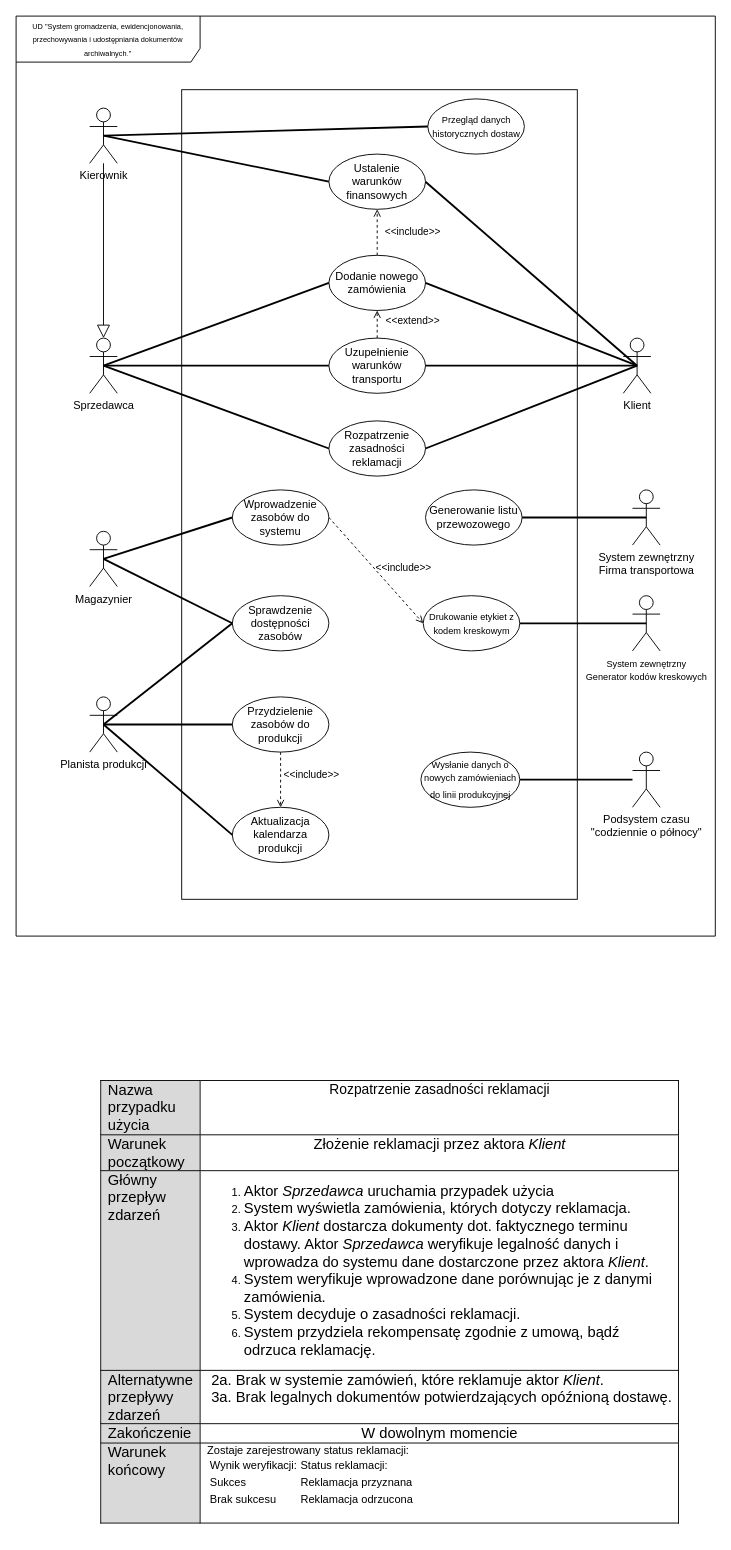
Above: pri_diagram_uzycia_2024.drawio in mateusz-nowacki/uml-projects (draw.io), before the change. Source tidied: cells renumbered, new cells numbered last; positions are measured from the earlier drawing's top-left corner, leaving out a move shared by most shapes. Both pictures are drawn from the tidied source at 92%, with x=0, y=0 at pixel (16, 16).
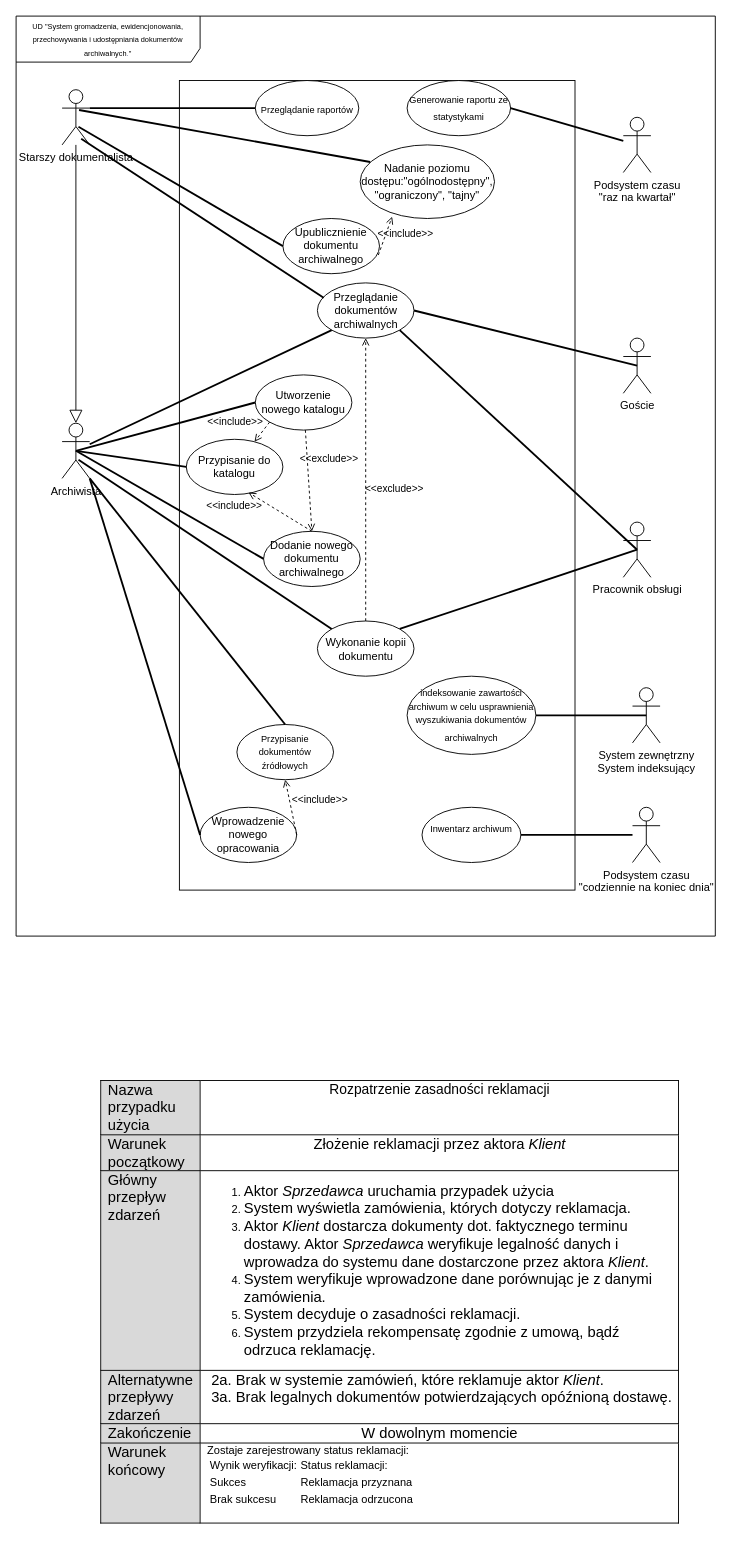
The same diagram, later.

Unchanged cells that the change refers to:
```xml
<mxCell id="2" value="&lt;font style=&quot;font-size: 8px;&quot;&gt;UD &quot;System&amp;nbsp;&lt;span style=&quot;caret-color: rgb(100, 108, 154); font-family: Poppins, sans-serif; background-color: rgb(255, 255, 255);&quot;&gt;gromadzenia, ewidencjonowania, przechowywania i udostępniania dokumentów archiwalnych&lt;/span&gt;&lt;span style=&quot;caret-color: rgb(100, 108, 154); color: rgb(100, 108, 154); font-family: Poppins, sans-serif; background-color: rgb(255, 255, 255);&quot;&gt;.&lt;/span&gt;&quot;&lt;/font&gt;" style="shape=umlFrame;whiteSpace=wrap;html=1;width=200;height=50;align=center;" parent="1" vertex="1">
  <mxGeometry width="760" height="1000" as="geometry" />
</mxCell>
```

Change to the diagram source:
```diff
@@
-    <mxCell id="3" value="Kierownik" style="shape=umlActor;verticalLabelPosition=bottom;verticalAlign=top;html=1;" parent="2" vertex="1">
-      <mxGeometry x="80" y="100" width="30" height="60" as="geometry" />
+    <mxCell id="3" value="Starszy dokumentalista" style="shape=umlActor;verticalLabelPosition=bottom;verticalAlign=top;html=1;" parent="2" vertex="1">
+      <mxGeometry x="50" y="80" width="30" height="60" as="geometry" />
     </mxCell>
-    <mxCell id="4" value="Sprzedawca" style="shape=umlActor;verticalLabelPosition=bottom;verticalAlign=top;html=1;" parent="2" vertex="1">
-      <mxGeometry x="80" y="350" width="30" height="60" as="geometry" />
+    <mxCell id="4" value="Archiwista" style="shape=umlActor;verticalLabelPosition=bottom;verticalAlign=top;html=1;" parent="2" vertex="1">
+      <mxGeometry x="50" y="442.5" width="30" height="60" as="geometry" />
     </mxCell>
-    <mxCell id="5" value="Magazynier" style="shape=umlActor;verticalLabelPosition=bottom;verticalAlign=top;html=1;" parent="2" vertex="1">
-      <mxGeometry x="80" y="560" width="30" height="60" as="geometry" />
-    </mxCell>
-    <mxCell id="6" value="System zewnętrzny&lt;br&gt;Firma transportowa" style="shape=umlActor;verticalLabelPosition=bottom;verticalAlign=top;html=1;" parent="2" vertex="1">
-      <mxGeometry x="670" y="515" width="30" height="60" as="geometry" />
+    <mxCell id="6" value="System zewnętrzny&lt;br&gt;System indeksujący" style="shape=umlActor;verticalLabelPosition=bottom;verticalAlign=top;html=1;" parent="2" vertex="1">
+      <mxGeometry x="670" y="730" width="30" height="60" as="geometry" />
     </mxCell>
-    <mxCell id="7" value="Podsystem czasu&lt;br&gt;&quot;codziennie o północy&quot;" style="shape=umlActor;verticalLabelPosition=bottom;verticalAlign=top;html=1;" parent="2" vertex="1">
-      <mxGeometry x="670" y="800" width="30" height="60" as="geometry" />
+    <mxCell id="7" value="&lt;font style=&quot;font-size: 12px;&quot;&gt;Podsystem&lt;font style=&quot;font-size: 12px;&quot;&gt; czasu&lt;/font&gt;&lt;/font&gt;&lt;div&gt;&lt;font style=&quot;font-size: 12px;&quot;&gt;&lt;font style=&quot;font-size: 12px;&quot;&gt;&quot;codziennie na koniec dnia&quot;&lt;/font&gt;&lt;/font&gt;&lt;/div&gt;" style="shape=umlActor;verticalLabelPosition=bottom;verticalAlign=top;html=1;" parent="2" vertex="1">
+      <mxGeometry x="670" y="860" width="30" height="60" as="geometry" />
     </mxCell>
-    <mxCell id="8" value="Planista produkcji" style="shape=umlActor;verticalLabelPosition=bottom;verticalAlign=top;html=1;" parent="2" vertex="1">
-      <mxGeometry x="80" y="740" width="30" height="60" as="geometry" />
+    <mxCell id="8" value="Pracownik obsługi" style="shape=umlActor;verticalLabelPosition=bottom;verticalAlign=top;html=1;" parent="2" vertex="1">
+      <mxGeometry x="660" y="550" width="30" height="60" as="geometry" />
     </mxCell>
-    <mxCell id="9" value="Klient" style="shape=umlActor;verticalLabelPosition=bottom;verticalAlign=top;html=1;" parent="2" vertex="1">
+    <mxCell id="9" value="Goście" style="shape=umlActor;verticalLabelPosition=bottom;verticalAlign=top;html=1;" parent="2" vertex="1">
       <mxGeometry x="660" y="350" width="30" height="60" as="geometry" />
     </mxCell>
@@
     <mxCell id="11" style="html=1;whiteSpace=wrap;" parent="2" vertex="1">
-      <mxGeometry x="180" y="80" width="430" height="880" as="geometry" />
+      <mxGeometry x="177.5" y="70" width="430" height="880" as="geometry" />
     </mxCell>
-    <mxCell id="12" value="&lt;font style=&quot;font-size: 10px;&quot;&gt;System zewnętrzny&lt;br&gt;Generator kodów kreskowych&lt;/font&gt;" style="shape=umlActor;verticalLabelPosition=bottom;verticalAlign=top;html=1;" parent="2" vertex="1">
-      <mxGeometry x="670" y="630" width="30" height="60" as="geometry" />
-    </mxCell>
-    <mxCell id="13" value="Ustalenie warunków finansowych" style="ellipse;whiteSpace=wrap;html=1;" parent="2" vertex="1">
-      <mxGeometry x="340" y="150" width="105" height="60" as="geometry" />
+    <mxCell id="13" value="Przeglądanie dokumentów archiwalnych" style="ellipse;whiteSpace=wrap;html=1;" parent="2" vertex="1">
+      <mxGeometry x="327.5" y="290" width="105" height="60" as="geometry" />
     </mxCell>
-    <mxCell id="14" value="&lt;font style=&quot;font-size: 10px;&quot;&gt;Przegląd danych historycznych dostaw&lt;/font&gt;" style="ellipse;whiteSpace=wrap;html=1;" parent="2" vertex="1">
-      <mxGeometry x="447.5" y="90" width="105" height="60" as="geometry" />
-    </mxCell>
-    <mxCell id="15" value="&lt;font style=&quot;font-size: 10px;&quot;&gt;&lt;font style=&quot;font-size: 10px;&quot;&gt;Wysłanie&amp;nbsp;&lt;/font&gt;danych o nowych zamówieniach do linii produkcyjnej&lt;/font&gt;&lt;span style=&quot;font-family: -webkit-standard; font-size: medium; text-align: start;&quot;&gt;&lt;/span&gt;" style="ellipse;whiteSpace=wrap;html=1;" parent="2" vertex="1">
-      <mxGeometry x="440" y="800" width="107.5" height="60" as="geometry" />
+    <mxCell id="15" value="&lt;font size=&quot;1&quot;&gt;Inwentarz archiwum&lt;/font&gt;&lt;br&gt;&lt;br&gt;&lt;span style=&quot;font-family: -webkit-standard; font-size: medium; text-align: start;&quot;&gt;&lt;/span&gt;" style="ellipse;whiteSpace=wrap;html=1;" parent="2" vertex="1">
+      <mxGeometry x="441.2" y="860" width="107.5" height="60" as="geometry" />
     </mxCell>
@@
-    <mxCell id="17" value="Uzupełnienie warunków transportu" style="ellipse;whiteSpace=wrap;html=1;" parent="2" vertex="1">
-      <mxGeometry x="340" y="350" width="105" height="60" as="geometry" />
+    <mxCell id="17" value="Przypisanie do katalogu" style="ellipse;whiteSpace=wrap;html=1;" parent="2" vertex="1">
+      <mxGeometry x="185" y="460" width="105" height="60" as="geometry" />
     </mxCell>
@@
-    <mxCell id="19" style="endArrow=none;startArrow=none;endFill=0;startFill=0;endSize=8;html=1;verticalAlign=bottom;labelBackgroundColor=none;strokeWidth=2;rounded=0;entryX=0;entryY=0.5;entryDx=0;entryDy=0;exitX=0.5;exitY=0.5;exitDx=0;exitDy=0;exitPerimeter=0;" parent="2" edge="1" source="3" target="13">
+    <mxCell id="19" style="endArrow=none;startArrow=none;endFill=0;startFill=0;endSize=8;html=1;verticalAlign=bottom;labelBackgroundColor=none;strokeWidth=2;rounded=0;entryX=0.065;entryY=0.27;entryDx=0;entryDy=0;exitX=0.692;exitY=0.887;exitDx=0;exitDy=0;exitPerimeter=0;entryPerimeter=0;" parent="2" edge="1" source="3" target="13">
       <mxGeometry relative="1" as="geometry" />
     </mxCell>
-    <mxCell id="20" value="Przydzielenie zasobów do produkcji" style="ellipse;whiteSpace=wrap;html=1;" parent="2" vertex="1">
-      <mxGeometry x="235" y="740" width="105" height="60" as="geometry" />
+    <mxCell id="20" value="Wykonanie kopii dokumentu" style="ellipse;whiteSpace=wrap;html=1;" parent="2" vertex="1">
+      <mxGeometry x="327.5" y="657.5" width="105" height="60" as="geometry" />
     </mxCell>
-    <mxCell id="21" value="Aktualizacja kalendarza produkcji" style="ellipse;whiteSpace=wrap;html=1;" parent="2" vertex="1">
-      <mxGeometry x="235" y="860" width="105" height="60" as="geometry" />
+    <mxCell id="21" value="Upublicznienie dokumentu archiwalnego" style="ellipse;whiteSpace=wrap;html=1;" parent="2" vertex="1">
+      <mxGeometry x="290" y="220" width="105" height="60" as="geometry" />
     </mxCell>
-    <mxCell id="22" value="Dodanie nowego zamówienia" style="ellipse;whiteSpace=wrap;html=1;" parent="2" vertex="1">
-      <mxGeometry x="340" y="260" width="105" height="60" as="geometry" />
+    <mxCell id="22" value="Utworzenie nowego katalogu" style="ellipse;whiteSpace=wrap;html=1;" parent="2" vertex="1">
+      <mxGeometry x="260" y="390" width="105" height="60" as="geometry" />
     </mxCell>
-    <mxCell id="23" style="endArrow=none;startArrow=none;endFill=0;startFill=0;endSize=8;html=1;verticalAlign=bottom;labelBackgroundColor=none;strokeWidth=2;rounded=0;entryX=1;entryY=0.5;entryDx=0;entryDy=0;exitX=0.5;exitY=0.5;exitDx=0;exitDy=0;exitPerimeter=0;" parent="2" edge="1" source="9" target="22">
-      <mxGeometry relative="1" as="geometry" />
-    </mxCell>
@@
-    <mxCell id="25" value="Sprawdzenie dostępności zasobów" style="ellipse;whiteSpace=wrap;html=1;" parent="2" vertex="1">
-      <mxGeometry x="235" y="630" width="105" height="60" as="geometry" />
+    <mxCell id="25" value="Nadanie poziomu dostępu:&quot;ogólnodostępny&quot;, &quot;ograniczony&quot;, &quot;tajny&quot;" style="ellipse;whiteSpace=wrap;html=1;" parent="2" vertex="1">
+      <mxGeometry x="374" y="140" width="146" height="80" as="geometry" />
     </mxCell>
-    <mxCell id="26" value="Wprowadzenie zasobów do systemu" style="ellipse;whiteSpace=wrap;html=1;" parent="2" vertex="1">
-      <mxGeometry x="235" y="515" width="105" height="60" as="geometry" />
+    <mxCell id="26" value="Wprowadzenie nowego opracowania" style="ellipse;whiteSpace=wrap;html=1;" parent="2" vertex="1">
+      <mxGeometry x="200" y="860" width="105" height="60" as="geometry" />
     </mxCell>
-    <mxCell id="27" value="Rozpatrzenie zasadności reklamacji" style="ellipse;whiteSpace=wrap;html=1;" parent="2" vertex="1">
-      <mxGeometry x="340" y="440" width="105" height="60" as="geometry" />
+    <mxCell id="27" value="Dodanie nowego dokumentu archiwalnego" style="ellipse;whiteSpace=wrap;html=1;" parent="2" vertex="1">
+      <mxGeometry x="269" y="560" width="105" height="60" as="geometry" />
     </mxCell>
-    <mxCell id="28" value="Generowanie listu przewozowego" style="ellipse;whiteSpace=wrap;html=1;" parent="2" vertex="1">
-      <mxGeometry x="445" y="515" width="105" height="60" as="geometry" />
+    <mxCell id="28" value="&lt;span style=&quot;text-align: start;&quot;&gt;&lt;font style=&quot;font-size: 10px;&quot; face=&quot;Helvetica&quot;&gt;indeksowanie zawartości archiwum w celu usprawnienia wyszukiwania dokumentów archiwalnych&lt;/font&gt;&lt;/span&gt;&lt;span style=&quot;font-family: -webkit-standard; font-size: medium; text-align: start;&quot;&gt;&lt;/span&gt;" style="ellipse;whiteSpace=wrap;html=1;" parent="2" vertex="1">
+      <mxGeometry x="425" y="717.5" width="140" height="85" as="geometry" />
     </mxCell>
@@
-    <mxCell id="30" value="&lt;font style=&quot;font-size: 10px;&quot;&gt;Drukowanie etykiet z kodem kreskowym&lt;/font&gt;" style="ellipse;whiteSpace=wrap;html=1;" parent="2" vertex="1">
-      <mxGeometry x="442.5" y="630" width="105" height="60" as="geometry" />
+    <mxCell id="30" value="&lt;font style=&quot;font-size: 10px;&quot;&gt;Przypisanie dokumentów źródłowych&lt;/font&gt;" style="ellipse;whiteSpace=wrap;html=1;" parent="2" vertex="1">
+      <mxGeometry x="240" y="770" width="105" height="60" as="geometry" />
     </mxCell>
-    <mxCell id="31" style="endArrow=none;startArrow=none;endFill=0;startFill=0;endSize=8;html=1;verticalAlign=bottom;labelBackgroundColor=none;strokeWidth=2;rounded=0;exitX=1;exitY=0.5;exitDx=0;exitDy=0;entryX=0.5;entryY=0.5;entryDx=0;entryDy=0;entryPerimeter=0;" parent="2" edge="1" source="30" target="12">
-      <mxGeometry relative="1" as="geometry" />
-    </mxCell>
-    <mxCell id="32" style="endArrow=none;startArrow=none;endFill=0;startFill=0;endSize=8;html=1;verticalAlign=bottom;labelBackgroundColor=none;strokeWidth=2;rounded=0;entryX=0;entryY=0.5;entryDx=0;entryDy=0;exitX=0.5;exitY=0.5;exitDx=0;exitDy=0;exitPerimeter=0;" parent="2" edge="1" source="3" target="14">
-      <mxGeometry relative="1" as="geometry" />
-    </mxCell>
-    <mxCell id="33" style="endArrow=none;startArrow=none;endFill=0;startFill=0;endSize=8;html=1;verticalAlign=bottom;labelBackgroundColor=none;strokeWidth=2;rounded=0;exitX=0.5;exitY=0.5;exitDx=0;exitDy=0;exitPerimeter=0;entryX=0;entryY=0.5;entryDx=0;entryDy=0;" parent="2" edge="1" source="5" target="26">
+    <mxCell id="33" style="endArrow=none;startArrow=none;endFill=0;startFill=0;endSize=8;html=1;verticalAlign=bottom;labelBackgroundColor=none;strokeWidth=2;rounded=0;exitX=1;exitY=1;exitDx=0;exitDy=0;exitPerimeter=0;entryX=0;entryY=0.5;entryDx=0;entryDy=0;" parent="2" edge="1" source="4" target="26">
       <mxGeometry relative="1" as="geometry" />
     </mxCell>
-    <mxCell id="34" style="endArrow=none;startArrow=none;endFill=0;startFill=0;endSize=8;html=1;verticalAlign=bottom;labelBackgroundColor=none;strokeWidth=2;rounded=0;exitX=0.5;exitY=0.5;exitDx=0;exitDy=0;exitPerimeter=0;entryX=0;entryY=0.5;entryDx=0;entryDy=0;" parent="2" edge="1" source="5" target="25">
+    <mxCell id="34" style="endArrow=none;startArrow=none;endFill=0;startFill=0;endSize=8;html=1;verticalAlign=bottom;labelBackgroundColor=none;strokeWidth=2;rounded=0;entryX=0;entryY=0.5;entryDx=0;entryDy=0;exitX=1;exitY=0.3333333333333333;exitDx=0;exitDy=0;exitPerimeter=0;" parent="2" edge="1" source="3" target="58">
       <mxGeometry relative="1" as="geometry" />
     </mxCell>
@@
-    <mxCell id="36" style="endArrow=none;startArrow=none;endFill=0;startFill=0;endSize=8;html=1;verticalAlign=bottom;labelBackgroundColor=none;strokeWidth=2;rounded=0;exitX=0.5;exitY=0.5;exitDx=0;exitDy=0;exitPerimeter=0;entryX=0;entryY=0.5;entryDx=0;entryDy=0;" parent="2" edge="1" source="8" target="21">
+    <mxCell id="36" style="endArrow=none;startArrow=none;endFill=0;startFill=0;endSize=8;html=1;verticalAlign=bottom;labelBackgroundColor=none;strokeWidth=2;rounded=0;exitX=0.594;exitY=0.672;exitDx=0;exitDy=0;exitPerimeter=0;entryX=0;entryY=0.5;entryDx=0;entryDy=0;" parent="2" edge="1" source="3" target="21">
       <mxGeometry relative="1" as="geometry" />
     </mxCell>
-    <mxCell id="37" style="endArrow=none;startArrow=none;endFill=0;startFill=0;endSize=8;html=1;verticalAlign=bottom;labelBackgroundColor=none;strokeWidth=2;rounded=0;entryX=0;entryY=0.5;entryDx=0;entryDy=0;exitX=0.5;exitY=0.5;exitDx=0;exitDy=0;exitPerimeter=0;" parent="2" edge="1" source="8" target="20">
+    <mxCell id="37" style="endArrow=none;startArrow=none;endFill=0;startFill=0;endSize=8;html=1;verticalAlign=bottom;labelBackgroundColor=none;strokeWidth=2;rounded=0;entryX=1;entryY=0;entryDx=0;entryDy=0;exitX=0.5;exitY=0.5;exitDx=0;exitDy=0;exitPerimeter=0;" parent="2" edge="1" source="8" target="20">
       <mxGeometry relative="1" as="geometry" />
     </mxCell>
-    <mxCell id="38" style="endArrow=none;startArrow=none;endFill=0;startFill=0;endSize=8;html=1;verticalAlign=bottom;labelBackgroundColor=none;strokeWidth=2;rounded=0;entryX=0;entryY=0.5;entryDx=0;entryDy=0;exitX=0.5;exitY=0.5;exitDx=0;exitDy=0;exitPerimeter=0;" parent="2" edge="1" source="8" target="25">
+    <mxCell id="38" style="endArrow=none;startArrow=none;endFill=0;startFill=0;endSize=8;html=1;verticalAlign=bottom;labelBackgroundColor=none;strokeWidth=2;rounded=0;entryX=1;entryY=1;entryDx=0;entryDy=0;exitX=0.5;exitY=0.5;exitDx=0;exitDy=0;exitPerimeter=0;" parent="2" edge="1" source="8" target="13">
       <mxGeometry relative="1" as="geometry" />
     </mxCell>
-    <mxCell id="39" value="&amp;lt;&amp;lt;include&amp;gt;&amp;gt;" style="html=1;verticalAlign=bottom;labelBackgroundColor=none;endArrow=open;endFill=0;dashed=1;rounded=0;exitX=1;exitY=0.5;exitDx=0;exitDy=0;entryX=0;entryY=0.5;entryDx=0;entryDy=0;" parent="2" edge="1" source="26" target="30">
-      <mxGeometry x="0.32" y="18" relative="1" as="geometry" />
+    <mxCell id="39" value="&amp;lt;&amp;lt;include&amp;gt;&amp;gt;" style="html=1;verticalAlign=bottom;labelBackgroundColor=none;endArrow=open;endFill=0;dashed=1;rounded=0;exitX=1;exitY=0.5;exitDx=0;exitDy=0;entryX=0.5;entryY=1;entryDx=0;entryDy=0;" parent="2" edge="1" source="26" target="30">
+      <mxGeometry x="-0.21" y="-31" relative="1" as="geometry">
+        <mxPoint y="1" as="offset" />
+      </mxGeometry>
     </mxCell>
-    <mxCell id="40" style="endArrow=none;startArrow=none;endFill=0;startFill=0;endSize=8;html=1;verticalAlign=bottom;labelBackgroundColor=none;strokeWidth=2;rounded=0;entryX=1;entryY=0.5;entryDx=0;entryDy=0;exitX=0.5;exitY=0.5;exitDx=0;exitDy=0;exitPerimeter=0;" parent="2" edge="1" source="9" target="17">
-      <mxGeometry relative="1" as="geometry" />
-    </mxCell>
@@
-    <mxCell id="42" value="&amp;lt;&amp;lt;extend&amp;gt;&amp;gt;" style="html=1;verticalAlign=bottom;labelBackgroundColor=none;endArrow=open;endFill=0;dashed=1;rounded=0;exitX=0.5;exitY=0;exitDx=0;exitDy=0;entryX=0.5;entryY=1;entryDx=0;entryDy=0;" parent="2" edge="1" source="17" target="22">
-      <mxGeometry x="-0.33" y="-37" relative="1" as="geometry">
-        <mxPoint x="1" as="offset" />
-      </mxGeometry>
-    </mxCell>
-    <mxCell id="43" value="&amp;lt;&amp;lt;include&amp;gt;&amp;gt;" style="html=1;verticalAlign=bottom;labelBackgroundColor=none;endArrow=open;endFill=0;dashed=1;rounded=0;entryX=0.5;entryY=1;entryDx=0;entryDy=0;exitX=0.5;exitY=0;exitDx=0;exitDy=0;" parent="2" edge="1" source="22" target="13">
-      <mxGeometry x="-0.33" y="-37" relative="1" as="geometry">
-        <mxPoint x="1" as="offset" />
+    <mxCell id="43" value="&amp;lt;&amp;lt;include&amp;gt;&amp;gt;" style="html=1;verticalAlign=bottom;labelBackgroundColor=none;endArrow=open;endFill=0;dashed=1;rounded=0;entryX=0.644;entryY=0.964;entryDx=0;entryDy=0;exitX=0.5;exitY=0;exitDx=0;exitDy=0;entryPerimeter=0;" parent="2" edge="1" source="27" target="17">
+      <mxGeometry x="1" y="28" relative="1" as="geometry">
+        <mxPoint x="-1" y="-1" as="offset" />
       </mxGeometry>
     </mxCell>
@@
-    <mxCell id="45" value="&amp;lt;&amp;lt;include&amp;gt;&amp;gt;" style="html=1;verticalAlign=bottom;labelBackgroundColor=none;endArrow=open;endFill=0;dashed=1;rounded=0;exitX=0.5;exitY=1;exitDx=0;exitDy=0;entryX=0.5;entryY=0;entryDx=0;entryDy=0;" parent="2" edge="1" source="20" target="21">
-      <mxGeometry x="0.14" y="33" relative="1" as="geometry" />
+    <mxCell id="45" value="&amp;lt;&amp;lt;exclude&amp;gt;&amp;gt;" style="html=1;verticalAlign=bottom;labelBackgroundColor=none;endArrow=open;endFill=0;dashed=1;rounded=0;entryX=0.5;entryY=1;entryDx=0;entryDy=0;exitX=0.5;exitY=0;exitDx=0;exitDy=0;" parent="2" edge="1" source="20" target="13">
+      <mxGeometry x="-0.12" y="-31" relative="1" as="geometry" />
     </mxCell>
-    <mxCell id="46" style="endArrow=none;startArrow=none;endFill=0;startFill=0;endSize=8;html=1;verticalAlign=bottom;labelBackgroundColor=none;strokeWidth=2;rounded=0;entryX=1;entryY=0.5;entryDx=0;entryDy=0;exitX=0.5;exitY=0.5;exitDx=0;exitDy=0;exitPerimeter=0;" parent="2" edge="1" source="9" target="27">
-      <mxGeometry relative="1" as="geometry" />
-    </mxCell>
+    <mxCell id="48" value="&lt;font style=&quot;font-size: 12px;&quot;&gt;Podsystem&lt;font style=&quot;font-size: 12px;&quot;&gt; czasu&lt;/font&gt;&lt;/font&gt;&lt;div&gt;&lt;font style=&quot;font-size: 12px;&quot;&gt;&lt;font style=&quot;font-size: 12px;&quot;&gt;&quot;raz na kwartał&quot;&lt;/font&gt;&lt;/font&gt;&lt;/div&gt;" style="shape=umlActor;verticalLabelPosition=bottom;verticalAlign=top;html=1;" parent="2" vertex="1">
+      <mxGeometry x="660" y="110" width="30" height="60" as="geometry" />
+    </mxCell>
+    <mxCell id="49" value="&lt;font size=&quot;1&quot;&gt;Generowanie raportu ze statystykami&lt;/font&gt;&lt;span style=&quot;font-family: -webkit-standard; font-size: medium; text-align: start;&quot;&gt;&lt;/span&gt;" style="ellipse;whiteSpace=wrap;html=1;" parent="2" vertex="1">
+      <mxGeometry x="425" y="70" width="112.5" height="60" as="geometry" />
+    </mxCell>
+    <mxCell id="50" style="endArrow=none;startArrow=none;endFill=0;startFill=0;endSize=8;html=1;verticalAlign=bottom;labelBackgroundColor=none;strokeWidth=2;rounded=0;exitX=1;exitY=0.5;exitDx=0;exitDy=0;" parent="2" edge="1" source="49" target="48">
+      <mxGeometry relative="1" as="geometry" />
+    </mxCell>
+    <mxCell id="51" value="&amp;lt;&amp;lt;include&amp;gt;&amp;gt;" style="html=1;verticalAlign=bottom;labelBackgroundColor=none;endArrow=open;endFill=0;dashed=1;rounded=0;exitX=0;exitY=1;exitDx=0;exitDy=0;" parent="2" edge="1" source="22" target="17">
+      <mxGeometry x="1" y="-24" relative="1" as="geometry">
+        <mxPoint x="-2" y="2" as="offset" />
+      </mxGeometry>
+    </mxCell>
+    <mxCell id="52" value="&amp;lt;&amp;lt;exclude&amp;gt;&amp;gt;" style="html=1;verticalAlign=bottom;labelBackgroundColor=none;endArrow=open;endFill=0;dashed=1;rounded=0;entryX=0.5;entryY=0;entryDx=0;entryDy=0;" parent="2" edge="1" source="22" target="27">
+      <mxGeometry x="-0.24" y="23" relative="1" as="geometry" />
+    </mxCell>
+    <mxCell id="53" style="endArrow=none;startArrow=none;endFill=0;startFill=0;endSize=8;html=1;verticalAlign=bottom;labelBackgroundColor=none;strokeWidth=2;rounded=0;entryX=0;entryY=1;entryDx=0;entryDy=0;" parent="2" edge="1" source="4" target="13">
+      <mxGeometry relative="1" as="geometry" />
+    </mxCell>
+    <mxCell id="54" style="endArrow=none;startArrow=none;endFill=0;startFill=0;endSize=8;html=1;verticalAlign=bottom;labelBackgroundColor=none;strokeWidth=2;rounded=0;entryX=0;entryY=0;entryDx=0;entryDy=0;exitX=0.594;exitY=0.662;exitDx=0;exitDy=0;exitPerimeter=0;" parent="2" edge="1" source="4" target="20">
+      <mxGeometry relative="1" as="geometry" />
+    </mxCell>
+    <mxCell id="55" style="endArrow=none;startArrow=none;endFill=0;startFill=0;endSize=8;html=1;verticalAlign=bottom;labelBackgroundColor=none;strokeWidth=2;rounded=0;entryX=0.075;entryY=0.232;entryDx=0;entryDy=0;exitX=0.614;exitY=0.368;exitDx=0;exitDy=0;exitPerimeter=0;entryPerimeter=0;" parent="2" edge="1" source="3" target="25">
+      <mxGeometry relative="1" as="geometry" />
+    </mxCell>
+    <mxCell id="56" value="&amp;lt;&amp;lt;include&amp;gt;&amp;gt;" style="html=1;verticalAlign=bottom;labelBackgroundColor=none;endArrow=open;endFill=0;dashed=1;rounded=0;exitX=0.988;exitY=0.662;exitDx=0;exitDy=0;entryX=0.238;entryY=0.975;entryDx=0;entryDy=0;entryPerimeter=0;exitPerimeter=0;" parent="2" edge="1" source="21" target="25">
+      <mxGeometry x="-0.01" y="-22" relative="1" as="geometry">
+        <mxPoint x="1" as="offset" />
+      </mxGeometry>
+    </mxCell>
+    <mxCell id="57" style="endArrow=none;startArrow=none;endFill=0;startFill=0;endSize=8;html=1;verticalAlign=bottom;labelBackgroundColor=none;strokeWidth=2;rounded=0;entryX=0.5;entryY=0;entryDx=0;entryDy=0;exitX=1;exitY=1;exitDx=0;exitDy=0;exitPerimeter=0;" parent="2" edge="1" source="4" target="30">
+      <mxGeometry relative="1" as="geometry" />
+    </mxCell>
+    <mxCell id="58" value="&lt;font size=&quot;1&quot;&gt;Przeglądanie raportów&lt;/font&gt;&lt;span style=&quot;font-family: -webkit-standard; font-size: medium; text-align: start;&quot;&gt;&lt;/span&gt;" style="ellipse;whiteSpace=wrap;html=1;" parent="2" vertex="1">
+      <mxGeometry x="260" y="70" width="112.5" height="60" as="geometry" />
+    </mxCell>
```
